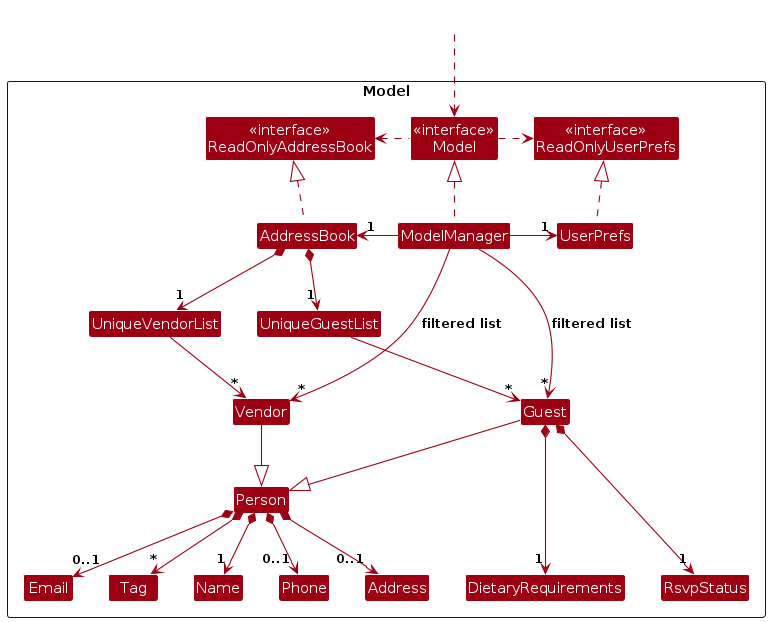
The PlantUML diagram diagrams/ModelClassDiagram.png in keaganpzh/tp, before a commit. Its source is kept beside it as diagrams/ModelClassDiagram.puml.
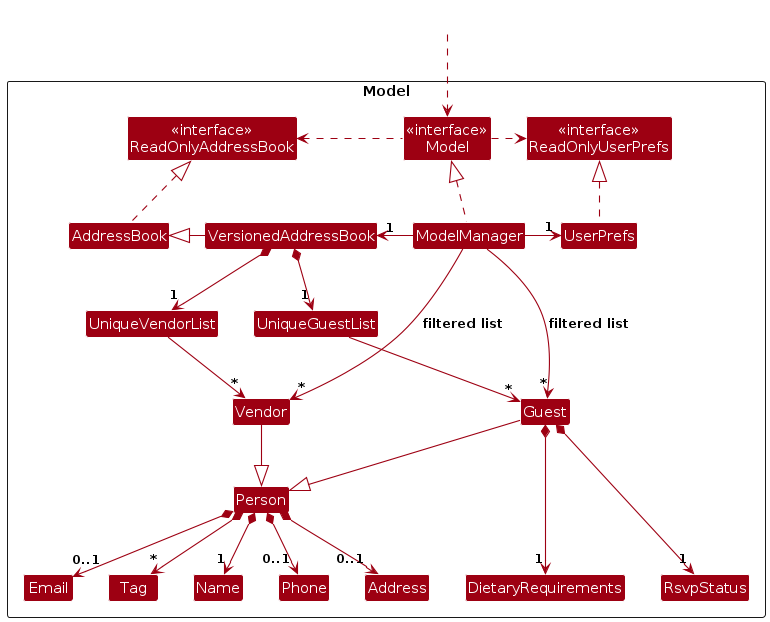
The same diagram one commit later.

Change to the diagram source:
```diff
@@ -9,6 +9,7 @@
 Class "<<interface>>\nReadOnlyUserPrefs" as ReadOnlyUserPrefs
 Class "<<interface>>\nModel" as Model
 Class AddressBook
+Class VersionedAddressBook
 Class ModelManager
 Class UserPrefs
 
@@ -36,12 +37,13 @@
 ModelManager .up.|> Model
 Model .right.> ReadOnlyUserPrefs
 Model .left.> ReadOnlyAddressBook
-ModelManager -left-> "1" AddressBook
+ModelManager -left-> "1" VersionedAddressBook
+VersionedAddressBook -left-|> AddressBook
 ModelManager -right-> "1" UserPrefs
 UserPrefs .up.|> ReadOnlyUserPrefs
 
-AddressBook *--> "1" UniqueGuestList
-AddressBook *--> "1" UniqueVendorList
+VersionedAddressBook *--> "1" UniqueGuestList
+VersionedAddressBook *--> "1" UniqueVendorList
 
 UniqueGuestList --> "*" Guest
 UniqueVendorList --> "*" Vendor
```
